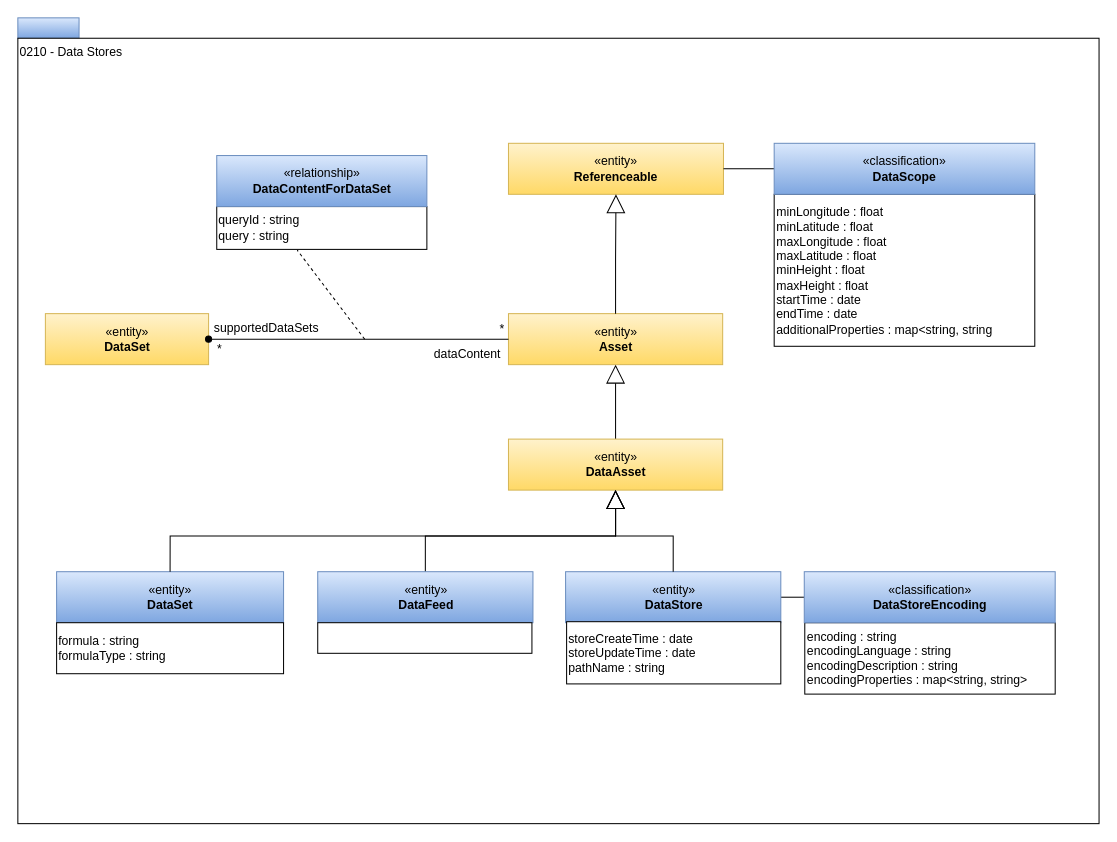
Above: page "0210-Data-Stores" (4 of 24) of site/docs/types/2/area-2-assets.drawio in odpi/egeria-docs (draw.io), before the change. Source tidied: cells renumbered, new cells numbered last; positions are measured from the earlier drawing's top-left corner, leaving out a move shared by most shapes. Both pictures are drawn from the tidied source at 102%, with x=0, y=0 at pixel (17, 17).
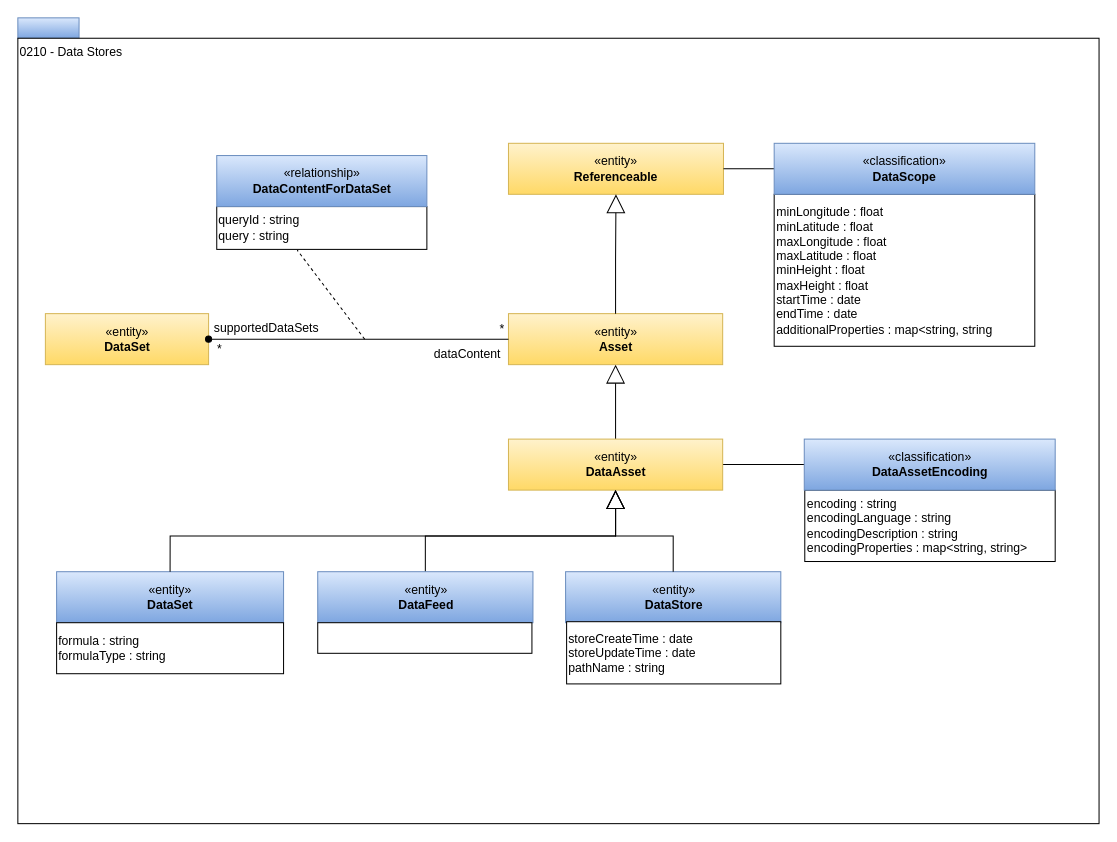
The same diagram, later.

Unchanged cells that the change refers to:
```xml
<mxCell id="6" value="«entity»&lt;br&gt;&lt;b&gt;DataStore&lt;/b&gt;" style="html=1;strokeColor=#6c8ebf;align=center;fillColor=#dae8fc;gradientColor=#7ea6e0;" parent="1" vertex="1">
  <mxGeometry x="537" y="543" width="211" height="50" as="geometry" />
</mxCell>
<mxCell id="27" value="«entity»&lt;br&gt;&lt;b&gt;DataAsset&lt;/b&gt;" style="html=1;strokeColor=#d6b656;align=center;fillColor=#fff2cc;gradientColor=#ffd966;" parent="1" vertex="1">
  <mxGeometry x="481" y="413" width="210" height="50" as="geometry" />
</mxCell>
```

Diff of the diagram source:
```diff
@@
-    <mxCell id="5" style="edgeStyle=orthogonalEdgeStyle;rounded=0;jettySize=auto;html=1;exitX=1;exitY=0.5;exitDx=0;exitDy=0;entryX=0;entryY=0.5;entryDx=0;entryDy=0;endArrow=none;endFill=0;" parent="1" edge="1" source="6" target="18">
+    <mxCell id="5" style="edgeStyle=orthogonalEdgeStyle;rounded=0;jettySize=auto;html=1;exitX=1;exitY=0.5;exitDx=0;exitDy=0;entryX=0;entryY=0.5;entryDx=0;entryDy=0;endArrow=none;endFill=0;" parent="1" edge="1" source="27" target="18">
       <mxGeometry relative="1" as="geometry" />
     </mxCell>
@@
     <mxCell id="17" value="encoding : string&lt;br&gt;encodingLanguage : string&lt;br&gt;encodingDescription : string&lt;br&gt;encodingProperties : map&amp;lt;string, string&amp;gt;" style="rounded=0;whiteSpace=wrap;html=1;strokeColor=#000000;gradientColor=#ffffff;align=left;" parent="1" vertex="1">
-      <mxGeometry x="771.5" y="593" width="245.5" height="70" as="geometry" />
+      <mxGeometry x="771.5" y="463" width="245.5" height="70" as="geometry" />
     </mxCell>
-    <mxCell id="18" value="«classification»&lt;br&gt;&lt;b&gt;DataStoreEncoding&lt;/b&gt;" style="html=1;strokeColor=#6c8ebf;align=center;fillColor=#dae8fc;gradientColor=#7ea6e0;" parent="1" vertex="1">
-      <mxGeometry x="771" y="543" width="246" height="50" as="geometry" />
+    <mxCell id="18" value="«classification»&lt;br&gt;&lt;b&gt;DataAssetEncoding&lt;/b&gt;" style="html=1;strokeColor=#6c8ebf;align=center;fillColor=#dae8fc;gradientColor=#7ea6e0;" parent="1" vertex="1">
+      <mxGeometry x="771" y="413" width="246" height="50" as="geometry" />
     </mxCell>
```
